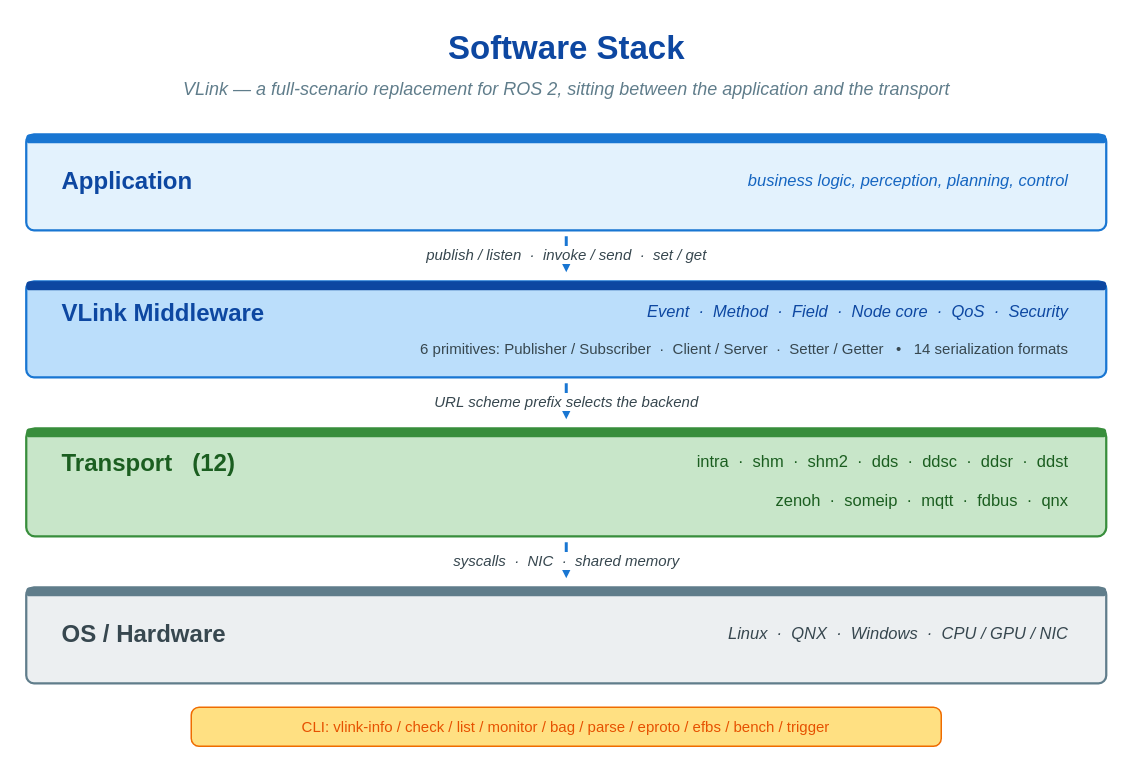
The draw.io diagram doc/images/foreword-software-stack.drawio in thun-res/vlink, before the edit. Source tidied: cells renumbered, new cells numbered last; positions are measured from the earlier drawing's top-left corner, leaving out a move shared by most shapes. Both pictures are drawn from the tidied source at 150%, with x=0, y=0 at pixel (26, 26).
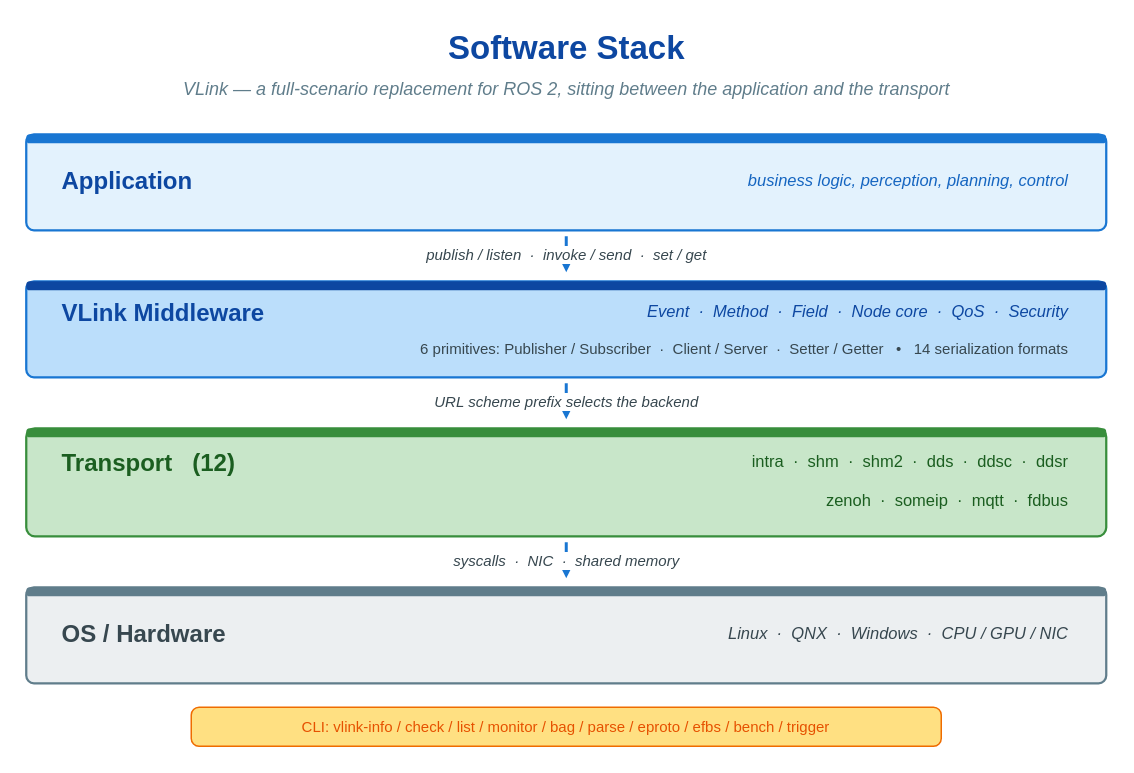
The same diagram, later.

Change to the diagram source:
```diff
@@
-    <mxCell id="18" value="intra  ·  shm  ·  shm2  ·  dds  ·  ddsc  ·  ddsr  ·  ddst" style="text;html=1;align=right;verticalAlign=middle;strokeColor=none;fillColor=none;fontFamily=Helvetica;fontSize=11;fontStyle=0;fontColor=#1b5e20;shadow=0;" parent="1" vertex="1">
+    <mxCell id="18" value="intra  ·  shm  ·  shm2  ·  dds  ·  ddsc  ·  ddsr" style="text;html=1;align=right;verticalAlign=middle;strokeColor=none;fillColor=none;fontFamily=Helvetica;fontSize=11;fontStyle=0;fontColor=#1b5e20;shadow=0;" parent="1" vertex="1">
       <mxGeometry x="250" y="280" width="446" height="20" as="geometry" />
     </mxCell>
-    <mxCell id="19" value="zenoh  ·  someip  ·  mqtt  ·  fdbus  ·  qnx" style="text;html=1;align=right;verticalAlign=middle;strokeColor=none;fillColor=none;fontFamily=Helvetica;fontSize=11;fontStyle=0;fontColor=#1b5e20;shadow=0;" parent="1" vertex="1">
+    <mxCell id="19" value="zenoh  ·  someip  ·  mqtt  ·  fdbus" style="text;html=1;align=right;verticalAlign=middle;strokeColor=none;fillColor=none;fontFamily=Helvetica;fontSize=11;fontStyle=0;fontColor=#1b5e20;shadow=0;" parent="1" vertex="1">
       <mxGeometry x="250" y="306" width="446" height="20" as="geometry" />
     </mxCell>
```
